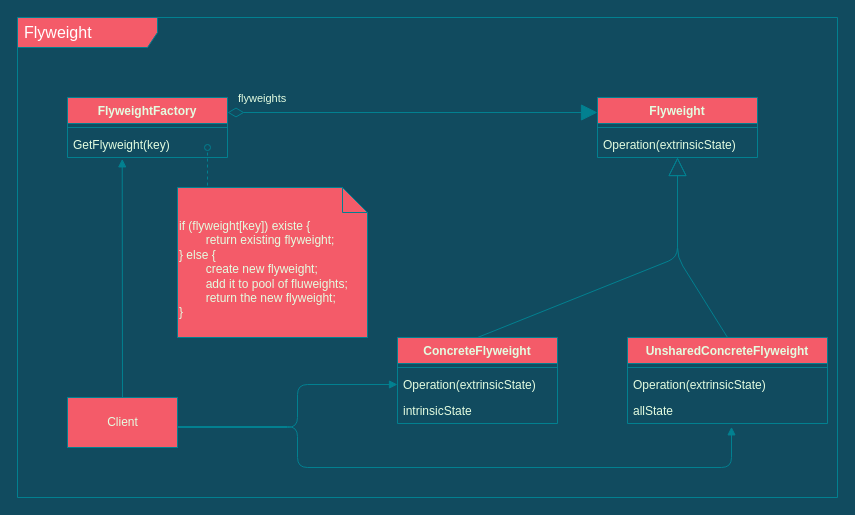
The draw.io diagram rhca.drawio in fanyixuanf/rhca, before the edit. Source tidied: cells renumbered, new cells numbered last; positions are measured from the earlier drawing's top-left corner, leaving out a move shared by most shapes. Both pictures are drawn from the tidied source at 100%, with x=0, y=0 at pixel (17, 17).
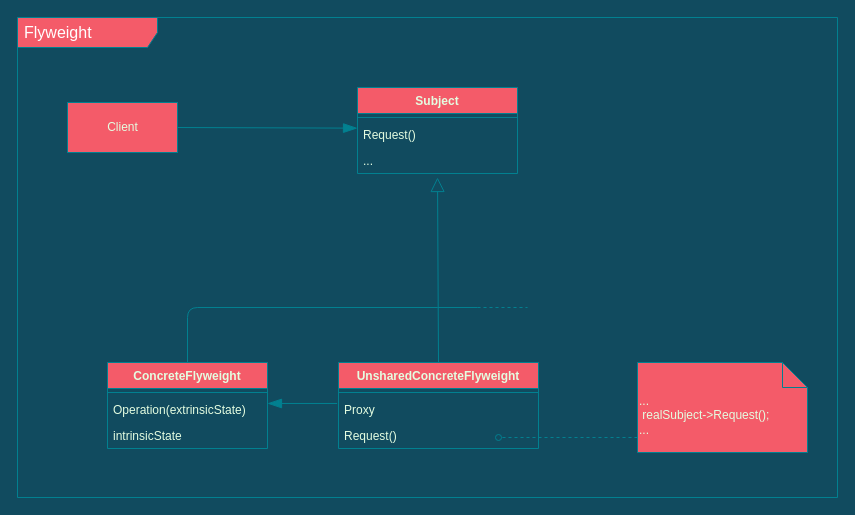
The same diagram, later.

The change refers to these unchanged cells:
```xml
<mxCell id="12" value="Operation(extrinsicState)" style="text;strokeColor=none;fillColor=none;align=left;verticalAlign=top;spacingLeft=4;spacingRight=4;overflow=hidden;points=[[0,0.5],[1,0.5]];portConstraint=eastwest;rounded=0;sketch=0;fontColor=#E4FDE1;" parent="10" vertex="1">
  <mxGeometry y="34" width="160" height="26" as="geometry" />
</mxCell>
```

What changed in the source:
```diff
@@
-    <mxCell id="3" value="FlyweightFactory" style="swimlane;fontStyle=1;align=center;verticalAlign=top;horizontal=1;startSize=26;rounded=0;sketch=0;fontColor=#E4FDE1;strokeColor=#028090;fillColor=#F45B69;" parent="1" vertex="1">
-      <mxGeometry x="50" y="80" width="160" height="60" as="geometry" />
-    </mxCell>
-    <mxCell id="4" style="line;strokeWidth=1;fillColor=none;align=left;verticalAlign=middle;spacingTop=-1;spacingLeft=3;spacingRight=3;labelPosition=right;rounded=0;sketch=0;fontColor=#E4FDE1;labelBackgroundColor=#114B5F;strokeColor=#028090;" parent="3" vertex="1">
-      <mxGeometry y="26" width="160" height="8" as="geometry" />
-    </mxCell>
-    <mxCell id="5" value="GetFlyweight(key)" style="text;strokeColor=none;fillColor=none;align=left;verticalAlign=top;spacingLeft=4;spacingRight=4;overflow=hidden;points=[[0,0.5],[1,0.5]];portConstraint=eastwest;rounded=0;sketch=0;fontColor=#E4FDE1;" parent="3" vertex="1">
-      <mxGeometry y="34" width="160" height="26" as="geometry" />
-    </mxCell>
-    <mxCell id="6" style="html=1;verticalAlign=bottom;labelBackgroundColor=none;endArrow=oval;endFill=0;dashed=1;rounded=1;sketch=0;fontColor=#E4FDE1;strokeColor=#028090;fillColor=#F45B69;curved=0;exitX=0.158;exitY=0.067;exitDx=0;exitDy=0;exitPerimeter=0;" parent="3" edge="1" source="19">
-      <mxGeometry relative="1" as="geometry">
-        <mxPoint x="140" y="50" as="targetPoint" />
-      </mxGeometry>
-    </mxCell>
-    <mxCell id="7" value="Flyweight" style="swimlane;fontStyle=1;align=center;verticalAlign=top;horizontal=1;startSize=26;rounded=0;sketch=0;fontColor=#E4FDE1;strokeColor=#028090;fillColor=#F45B69;" parent="1" vertex="1">
-      <mxGeometry x="580" y="80" width="160" height="60" as="geometry" />
+    <mxCell id="7" value="Subject" style="swimlane;fontStyle=1;align=center;verticalAlign=top;horizontal=1;startSize=26;rounded=0;sketch=0;fontColor=#E4FDE1;strokeColor=#028090;fillColor=#F45B69;" parent="1" vertex="1">
+      <mxGeometry x="340" y="70" width="160" height="86" as="geometry" />
     </mxCell>
-    <mxCell id="8" style="line;strokeWidth=1;fillColor=none;align=left;verticalAlign=middle;spacingTop=-1;spacingLeft=3;spacingRight=3;labelPosition=right;rounded=0;sketch=0;fontColor=#E4FDE1;labelBackgroundColor=#114B5F;strokeColor=#028090;" parent="7" vertex="1">
+    <mxCell id="8" style="line;strokeWidth=1;fillColor=none;align=left;verticalAlign=middle;spacingTop=-1;spacingLeft=3;spacingRight=3;labelPosition=right;rounded=0;sketch=0;fontColor=#E4FDE1;strokeColor=#028090;labelBackgroundColor=#114B5F;" parent="7" vertex="1">
       <mxGeometry y="26" width="160" height="8" as="geometry" />
     </mxCell>
-    <mxCell id="9" value="Operation(extrinsicState)" style="text;strokeColor=none;fillColor=none;align=left;verticalAlign=top;spacingLeft=4;spacingRight=4;overflow=hidden;points=[[0,0.5],[1,0.5]];portConstraint=eastwest;rounded=0;sketch=0;fontColor=#E4FDE1;" parent="7" vertex="1">
+    <mxCell id="9" value="Request()" style="text;strokeColor=none;fillColor=none;align=left;verticalAlign=top;spacingLeft=4;spacingRight=4;overflow=hidden;points=[[0,0.5],[1,0.5]];portConstraint=eastwest;rounded=0;sketch=0;fontColor=#E4FDE1;" parent="7" vertex="1">
       <mxGeometry y="34" width="160" height="26" as="geometry" />
     </mxCell>
+    <mxCell id="26" value="..." style="text;strokeColor=none;fillColor=none;align=left;verticalAlign=top;spacingLeft=4;spacingRight=4;overflow=hidden;rounded=0;sketch=0;fontColor=#E4FDE1;" parent="7" vertex="1">
+      <mxGeometry y="60" width="160" height="26" as="geometry" />
+    </mxCell>
     <mxCell id="10" value="ConcreteFlyweight" style="swimlane;fontStyle=1;align=center;verticalAlign=top;horizontal=1;startSize=26;rounded=0;sketch=0;fontColor=#E4FDE1;strokeColor=#028090;fillColor=#F45B69;" parent="1" vertex="1">
-      <mxGeometry x="380" y="320" width="160" height="86" as="geometry" />
+      <mxGeometry x="90" y="345" width="160" height="86" as="geometry" />
     </mxCell>
-    <mxCell id="11" style="line;strokeWidth=1;fillColor=none;align=left;verticalAlign=middle;spacingTop=-1;spacingLeft=3;spacingRight=3;labelPosition=right;rounded=0;sketch=0;fontColor=#E4FDE1;labelBackgroundColor=#114B5F;strokeColor=#028090;" parent="10" vertex="1">
+    <mxCell id="11" style="line;strokeWidth=1;fillColor=none;align=left;verticalAlign=middle;spacingTop=-1;spacingLeft=3;spacingRight=3;labelPosition=right;rounded=0;sketch=0;fontColor=#E4FDE1;strokeColor=#028090;labelBackgroundColor=#114B5F;" parent="10" vertex="1">
       <mxGeometry y="26" width="160" height="8" as="geometry" />
     </mxCell>
@@
     <mxCell id="14" value="UnsharedConcreteFlyweight" style="swimlane;fontStyle=1;align=center;verticalAlign=top;horizontal=1;startSize=26;rounded=0;sketch=0;fontColor=#E4FDE1;strokeColor=#028090;fillColor=#F45B69;" parent="1" vertex="1">
-      <mxGeometry x="610" y="320" width="200" height="86" as="geometry" />
+      <mxGeometry x="321" y="345" width="200" height="86" as="geometry" />
     </mxCell>
-    <mxCell id="15" style="line;strokeWidth=1;fillColor=none;align=left;verticalAlign=middle;spacingTop=-1;spacingLeft=3;spacingRight=3;labelPosition=right;rounded=0;sketch=0;fontColor=#E4FDE1;labelBackgroundColor=#114B5F;strokeColor=#028090;" parent="14" vertex="1">
+    <mxCell id="15" style="line;strokeWidth=1;fillColor=none;align=left;verticalAlign=middle;spacingTop=-1;spacingLeft=3;spacingRight=3;labelPosition=right;rounded=0;sketch=0;fontColor=#E4FDE1;strokeColor=#028090;labelBackgroundColor=#114B5F;" parent="14" vertex="1">
       <mxGeometry y="26" width="200" height="8" as="geometry" />
     </mxCell>
-    <mxCell id="16" value="Operation(extrinsicState)" style="text;strokeColor=none;fillColor=none;align=left;verticalAlign=top;spacingLeft=4;spacingRight=4;overflow=hidden;points=[[0,0.5],[1,0.5]];portConstraint=eastwest;rounded=0;sketch=0;fontColor=#E4FDE1;" parent="14" vertex="1">
+    <mxCell id="16" value="Proxy" style="text;strokeColor=none;fillColor=none;align=left;verticalAlign=top;spacingLeft=4;spacingRight=4;overflow=hidden;points=[[0,0.5],[1,0.5]];portConstraint=eastwest;rounded=0;sketch=0;fontColor=#E4FDE1;" parent="14" vertex="1">
       <mxGeometry y="34" width="200" height="26" as="geometry" />
     </mxCell>
-    <mxCell id="17" value="allState" style="text;strokeColor=none;fillColor=none;align=left;verticalAlign=top;spacingLeft=4;spacingRight=4;overflow=hidden;points=[[0,0.5],[1,0.5]];portConstraint=eastwest;rounded=0;sketch=0;fontColor=#E4FDE1;" parent="14" vertex="1">
+    <mxCell id="17" value="Request()" style="text;strokeColor=none;fillColor=none;align=left;verticalAlign=top;spacingLeft=4;spacingRight=4;overflow=hidden;points=[[0,0.5],[1,0.5]];portConstraint=eastwest;rounded=0;sketch=0;fontColor=#E4FDE1;" parent="14" vertex="1">
       <mxGeometry y="60" width="200" height="26" as="geometry" />
     </mxCell>
     <mxCell id="18" value="Client" style="html=1;rounded=0;sketch=0;fontColor=#E4FDE1;strokeColor=#028090;fillColor=#F45B69;" parent="1" vertex="1">
-      <mxGeometry x="50" y="380" width="110" height="50" as="geometry" />
+      <mxGeometry x="50" y="85" width="110" height="50" as="geometry" />
     </mxCell>
-    <mxCell id="19" value="if (flyweight[key]) existe {&lt;br&gt;&lt;span style=&quot;white-space: pre&quot;&gt;&#9;&lt;/span&gt;return existing flyweight;&lt;br&gt;} else {&lt;br&gt;&lt;span style=&quot;white-space: pre&quot;&gt;&#9;&lt;/span&gt;create new flyweight;&lt;br&gt;&lt;span style=&quot;white-space: pre&quot;&gt;&#9;&lt;/span&gt;add it to pool of fluweights;&lt;br&gt;&lt;span style=&quot;white-space: pre&quot;&gt;&#9;&lt;/span&gt;return the new flyweight;&lt;br&gt;}&amp;nbsp;" style="shape=note2;boundedLbl=1;whiteSpace=wrap;html=1;size=25;verticalAlign=top;align=left;rounded=0;sketch=0;fontColor=#E4FDE1;strokeColor=#028090;fillColor=#F45B69;" parent="1" vertex="1">
-      <mxGeometry x="160" y="170" width="190" height="150" as="geometry" />
+    <mxCell id="19" value="...&lt;br&gt;&amp;nbsp;realSubject-&amp;gt;Request();&lt;br&gt;..." style="shape=note2;boundedLbl=1;whiteSpace=wrap;html=1;size=25;verticalAlign=top;align=left;rounded=0;sketch=0;fontColor=#E4FDE1;strokeColor=#028090;fillColor=#F45B69;" parent="1" vertex="1">
+      <mxGeometry x="620" y="345" width="170" height="90" as="geometry" />
     </mxCell>
-    <mxCell id="20" style="html=1;verticalAlign=bottom;labelBackgroundColor=none;endArrow=block;endFill=1;rounded=1;sketch=0;fontColor=#E4FDE1;strokeColor=#028090;fillColor=#F45B69;curved=0;exitX=0.5;exitY=0;exitDx=0;exitDy=0;entryX=0.342;entryY=1.051;entryDx=0;entryDy=0;entryPerimeter=0;" parent="1" edge="1" source="18" target="5">
-      <mxGeometry relative="1" as="geometry" />
-    </mxCell>
-    <mxCell id="21" style="html=1;verticalAlign=bottom;labelBackgroundColor=none;endArrow=block;endFill=1;rounded=1;sketch=0;fontColor=#E4FDE1;strokeColor=#028090;fillColor=#F45B69;curved=0;entryX=0;entryY=0.5;entryDx=0;entryDy=0;" parent="1" edge="1" target="12">
-      <mxGeometry relative="1" as="geometry">
-        <mxPoint x="160" y="410" as="sourcePoint" />
-        <Array as="points">
-          <mxPoint x="280" y="410" />
-          <mxPoint x="280" y="367" />
-        </Array>
-      </mxGeometry>
-    </mxCell>
-    <mxCell id="22" style="html=1;verticalAlign=bottom;labelBackgroundColor=none;endArrow=block;endFill=1;rounded=1;sketch=0;fontColor=#E4FDE1;strokeColor=#028090;fillColor=#F45B69;curved=0;entryX=0.52;entryY=1.128;entryDx=0;entryDy=0;entryPerimeter=0;" parent="1" edge="1" target="17">
-      <mxGeometry relative="1" as="geometry">
-        <mxPoint x="160" y="409" as="sourcePoint" />
-        <Array as="points">
-          <mxPoint x="280" y="409" />
-          <mxPoint x="280" y="450" />
-          <mxPoint x="714" y="450" />
-        </Array>
-      </mxGeometry>
-    </mxCell>
-    <mxCell id="23" style="html=1;verticalAlign=bottom;labelBackgroundColor=none;endArrow=block;endFill=0;rounded=1;sketch=0;fontColor=#E4FDE1;strokeColor=#028090;fillColor=#F45B69;curved=0;endSize=16;exitX=0.5;exitY=0;exitDx=0;exitDy=0;" parent="1" edge="1" source="14">
-      <mxGeometry relative="1" as="geometry">
-        <mxPoint x="660" y="140" as="targetPoint" />
-        <Array as="points">
-          <mxPoint x="660" y="240" />
-        </Array>
-      </mxGeometry>
-    </mxCell>
-    <mxCell id="24" style="html=1;verticalAlign=bottom;labelBackgroundColor=none;endArrow=block;endFill=0;rounded=1;sketch=0;fontColor=#E4FDE1;endSize=16;strokeColor=#028090;fillColor=#F45B69;curved=0;exitX=0.5;exitY=0;exitDx=0;exitDy=0;" parent="1" edge="1" source="10">
-      <mxGeometry relative="1" as="geometry">
-        <mxPoint x="660" y="140" as="targetPoint" />
-        <Array as="points">
-          <mxPoint x="660" y="240" />
-        </Array>
-      </mxGeometry>
-    </mxCell>
-    <mxCell id="25" value="flyweights" style="endArrow=block;html=1;endSize=14;startArrow=diamondThin;startSize=14;startFill=0;edgeStyle=orthogonalEdgeStyle;align=left;verticalAlign=bottom;rounded=1;sketch=0;fontColor=#E4FDE1;strokeColor=#028090;fillColor=#F45B69;curved=0;endFill=1;entryX=0;entryY=0.25;entryDx=0;entryDy=0;exitX=1;exitY=0.25;exitDx=0;exitDy=0;labelBackgroundColor=#114B5F;" parent="1" edge="1" source="3" target="7">
-      <mxGeometry x="-0.95" y="5" relative="1" as="geometry" />
-    </mxCell>
+    <mxCell id="6" style="html=1;verticalAlign=bottom;labelBackgroundColor=none;endArrow=oval;endFill=0;dashed=1;rounded=1;sketch=0;fontColor=#E4FDE1;strokeColor=#028090;fillColor=#F45B69;curved=0;entryX=0.8;entryY=0.577;entryDx=0;entryDy=0;entryPerimeter=0;" parent="1" edge="1" target="17">
+      <mxGeometry relative="1" as="geometry">
+        <mxPoint x="620" y="420" as="sourcePoint" />
+      </mxGeometry>
+    </mxCell>
+    <mxCell id="27" style="html=1;verticalAlign=bottom;labelBackgroundColor=none;endArrow=blockThin;endFill=1;rounded=1;sketch=0;fontColor=#E4FDE1;strokeColor=#028090;fillColor=#F45B69;curved=0;endSize=12;startSize=12;exitX=1;exitY=0.5;exitDx=0;exitDy=0;entryX=0;entryY=0.256;entryDx=0;entryDy=0;entryPerimeter=0;" parent="1" edge="1" source="18" target="9">
+      <mxGeometry relative="1" as="geometry" />
+    </mxCell>
+    <mxCell id="28" style="html=1;verticalAlign=bottom;labelBackgroundColor=none;endArrow=blockThin;endFill=1;rounded=1;sketch=0;fontColor=#E4FDE1;strokeColor=#028090;fillColor=#F45B69;curved=0;endSize=12;startSize=12;exitX=-0.007;exitY=0.269;exitDx=0;exitDy=0;entryX=1;entryY=0.269;entryDx=0;entryDy=0;entryPerimeter=0;exitPerimeter=0;" parent="1" edge="1" source="16" target="12">
+      <mxGeometry relative="1" as="geometry" />
+    </mxCell>
+    <mxCell id="29" style="endArrow=block;startArrow=none;endFill=0;startFill=0;endSize=12;html=1;verticalAlign=bottom;labelBackgroundColor=none;rounded=1;sketch=0;fontColor=#E4FDE1;strokeColor=#028090;fillColor=#F45B69;curved=0;startSize=12;exitX=0.5;exitY=0;exitDx=0;exitDy=0;" parent="1" edge="1" source="14">
+      <mxGeometry relative="1" as="geometry">
+        <mxPoint x="420" y="160" as="targetPoint" />
+      </mxGeometry>
+    </mxCell>
+    <mxCell id="30" style="endArrow=none;startArrow=none;endFill=0;startFill=0;endSize=8;html=1;verticalAlign=bottom;labelBackgroundColor=none;strokeWidth=1;rounded=1;sketch=0;fontColor=#E4FDE1;fillColor=#F45B69;curved=0;exitX=0.5;exitY=0;exitDx=0;exitDy=0;strokeColor=#028090;" parent="1" edge="1" source="10">
+      <mxGeometry relative="1" as="geometry">
+        <mxPoint x="420" y="290" as="targetPoint" />
+        <Array as="points">
+          <mxPoint x="170" y="290" />
+        </Array>
+      </mxGeometry>
+    </mxCell>
+    <mxCell id="31" style="endArrow=none;startArrow=none;endFill=0;startFill=0;endSize=8;html=1;verticalAlign=bottom;labelBackgroundColor=none;rounded=1;sketch=0;fontColor=#E4FDE1;strokeColor=#028090;fillColor=#F45B69;curved=0;" parent="1" edge="1">
+      <mxGeometry relative="1" as="geometry">
+        <mxPoint x="420" y="290" as="sourcePoint" />
+        <mxPoint x="460" y="290" as="targetPoint" />
+      </mxGeometry>
+    </mxCell>
+    <mxCell id="32" style="endArrow=none;startArrow=none;endFill=0;startFill=0;endSize=8;html=1;verticalAlign=bottom;labelBackgroundColor=none;rounded=1;sketch=0;fontColor=#E4FDE1;strokeColor=#028090;fillColor=#F45B69;curved=0;dashed=1;" parent="1" edge="1">
+      <mxGeometry relative="1" as="geometry">
+        <mxPoint x="460" y="290" as="sourcePoint" />
+        <mxPoint x="510" y="290" as="targetPoint" />
+        <Array as="points">
+          <mxPoint x="510" y="290" />
+        </Array>
+      </mxGeometry>
+    </mxCell>
```
